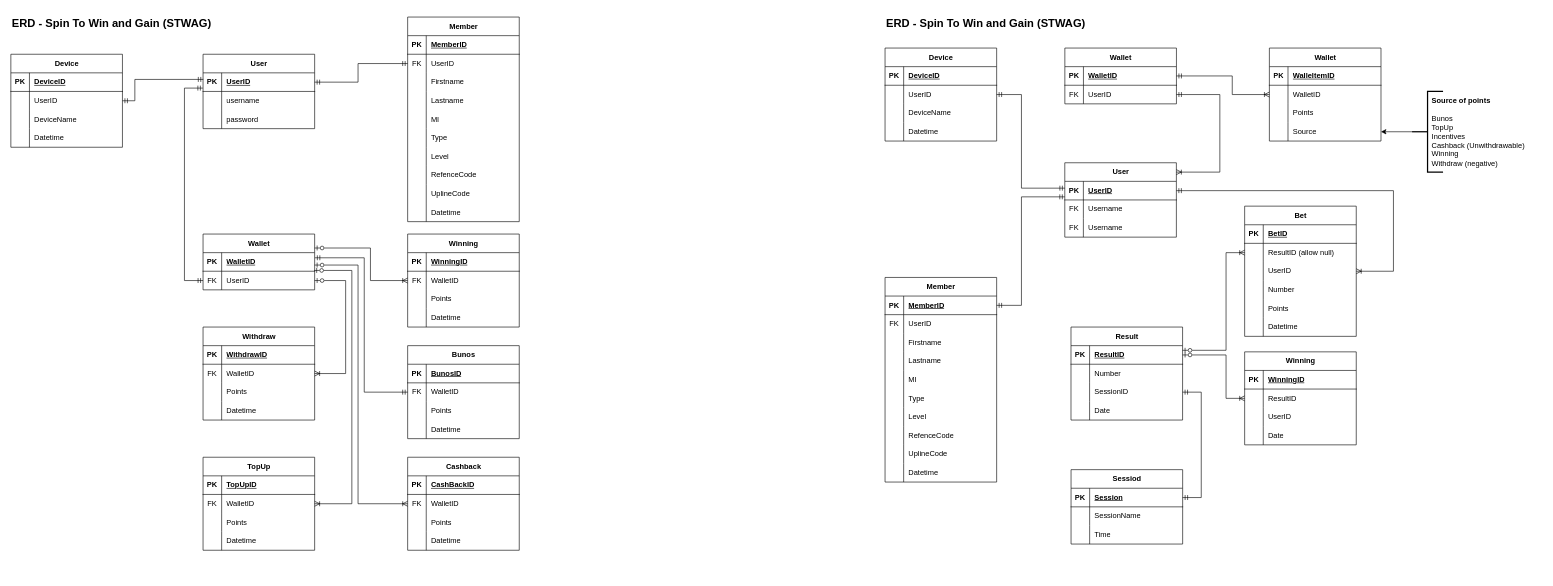
The draw.io diagram STWAG.drawio in ediangca/STWAG, before the edit. Source tidied: cells renumbered, new cells numbered last; positions are measured from the earlier drawing's top-left corner, leaving out a move shared by most shapes. Both pictures are drawn from the tidied source at 62%, with x=0, y=0 at pixel (11, 11).
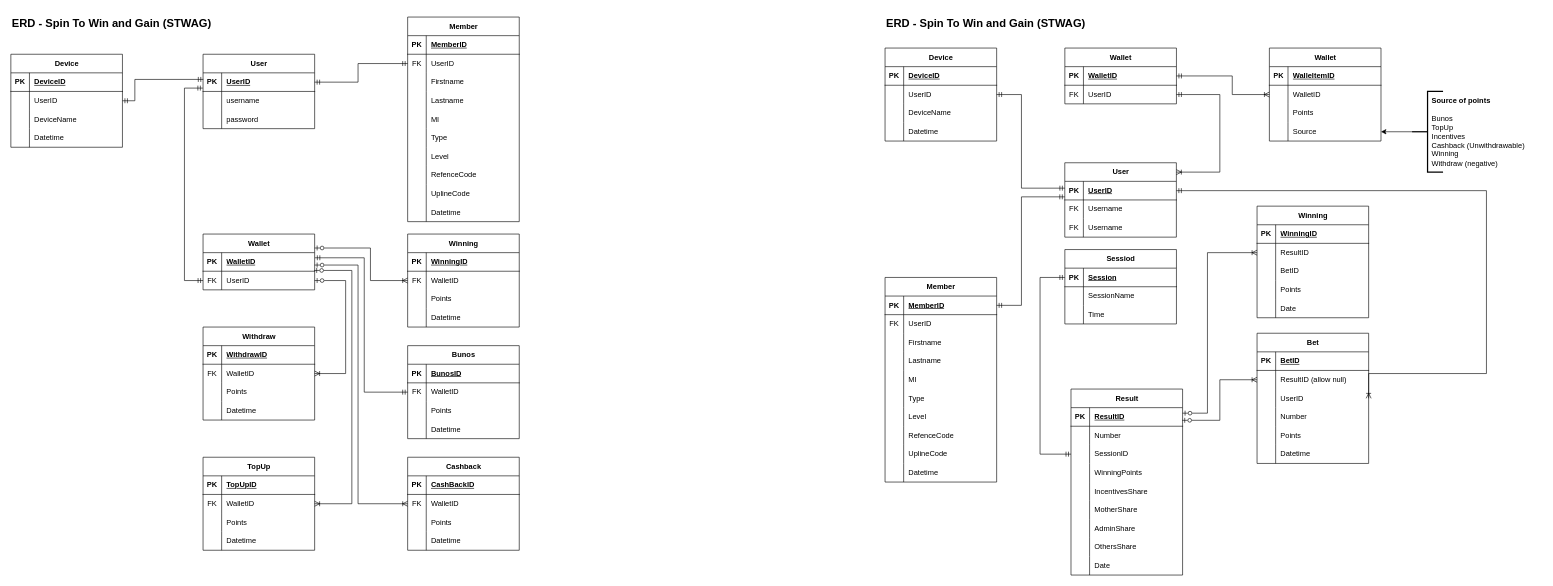
The same page after the edit.

Unchanged cells that the change refers to:
```xml
<mxCell id="151" style="shape=tableRow;horizontal=0;startSize=0;swimlaneHead=0;swimlaneBody=0;fillColor=none;points=[[0,0.5],[1,0.5]];portConstraint=eastwest;top=0;left=0;right=0;bottom=1;" parent="150" vertex="1">
  <mxGeometry y="30" width="180" height="30" as="geometry" />
</mxCell>
<mxCell id="220" style="shape=tableRow;horizontal=0;startSize=0;swimlaneHead=0;swimlaneBody=0;fillColor=none;points=[[0,0.5],[1,0.5]];portConstraint=eastwest;top=0;left=0;right=0;bottom=1;" parent="219" vertex="1">
  <mxGeometry y="30" width="180" height="30" as="geometry" />
</mxCell>
<mxCell id="226" style="shape=tableRow;horizontal=0;startSize=0;swimlaneHead=0;swimlaneBody=0;fillColor=none;points=[[0,0.5],[1,0.5]];portConstraint=eastwest;top=0;left=0;right=0;bottom=0;" parent="219" vertex="1">
  <mxGeometry y="90" width="180" height="30" as="geometry" />
</mxCell>
<mxCell id="233" style="shape=tableRow;horizontal=0;startSize=0;swimlaneHead=0;swimlaneBody=0;fillColor=none;points=[[0,0.5],[1,0.5]];portConstraint=eastwest;top=0;left=0;right=0;bottom=1;" parent="232" vertex="1">
  <mxGeometry y="30" width="180" height="30" as="geometry" />
</mxCell>
<mxCell id="247" style="shape=tableRow;horizontal=0;startSize=0;swimlaneHead=0;swimlaneBody=0;fillColor=none;points=[[0,0.5],[1,0.5]];portConstraint=eastwest;top=0;left=0;right=0;bottom=0;" parent="243" vertex="1">
  <mxGeometry y="60" width="180" height="30" as="geometry" />
</mxCell>
<mxCell id="250" style="shape=tableRow;horizontal=0;startSize=0;swimlaneHead=0;swimlaneBody=0;fillColor=none;top=0;left=0;right=0;bottom=0;" parent="243" vertex="1">
  <mxGeometry y="90" width="180" height="30" as="geometry" />
</mxCell>
<mxCell id="261" style="shape=tableRow;horizontal=0;startSize=0;swimlaneHead=0;swimlaneBody=0;fillColor=none;points=[[0,0.5],[1,0.5]];portConstraint=eastwest;top=0;left=0;right=0;bottom=0;" parent="257" vertex="1">
  <mxGeometry y="60" width="180" height="30" as="geometry" />
</mxCell>
<mxCell id="264" style="shape=tableRow;horizontal=0;startSize=0;swimlaneHead=0;swimlaneBody=0;fillColor=none;points=[[0,0.5],[1,0.5]];portConstraint=eastwest;top=0;left=0;right=0;bottom=0;" parent="257" vertex="1">
  <mxGeometry y="90" width="180" height="30" as="geometry" />
</mxCell>
```

The edit, as a diff of the source:
```diff
@@
     <mxCell id="219" value="Result" style="shape=table;startSize=30;childLayout=tableLayout;rowLines=0;fontStyle=1;align=center;html=1;" parent="1" vertex="1">
-      <mxGeometry x="1709.9" y="510" width="180" height="150" as="geometry" />
+      <mxGeometry x="1709.9" y="610" width="180" height="300" as="geometry" />
     </mxCell>
@@
+    <mxCell id="278" style="shape=tableRow;horizontal=0;startSize=0;swimlaneHead=0;swimlaneBody=0;fillColor=none;top=0;left=0;right=0;bottom=0;" parent="219" vertex="1">
+      <mxGeometry y="120" width="180" height="30" as="geometry" />
+    </mxCell>
+    <mxCell id="279" style="shape=partialRectangle;fillColor=none;top=0;left=0;bottom=0;right=0;overflow=hidden;whiteSpace=wrap;html=1;" parent="278" vertex="1">
+      <mxGeometry width="30" height="30" as="geometry" />
+    </mxCell>
+    <mxCell id="280" value="WinningPoints" style="shape=partialRectangle;fillColor=none;top=0;left=0;bottom=0;right=0;align=left;spacingLeft=6;overflow=hidden;whiteSpace=wrap;html=1;" parent="278" vertex="1">
+      <mxGeometry x="30" width="150" height="30" as="geometry" />
+    </mxCell>
+    <mxCell id="281" style="shape=tableRow;horizontal=0;startSize=0;swimlaneHead=0;swimlaneBody=0;fillColor=none;top=0;left=0;right=0;bottom=0;" parent="219" vertex="1">
+      <mxGeometry y="150" width="180" height="30" as="geometry" />
+    </mxCell>
+    <mxCell id="282" style="shape=partialRectangle;fillColor=none;top=0;left=0;bottom=0;right=0;overflow=hidden;whiteSpace=wrap;html=1;" parent="281" vertex="1">
+      <mxGeometry width="30" height="30" as="geometry" />
+    </mxCell>
+    <mxCell id="283" value="IncentivesShare" style="shape=partialRectangle;fillColor=none;top=0;left=0;bottom=0;right=0;align=left;spacingLeft=6;overflow=hidden;whiteSpace=wrap;html=1;" parent="281" vertex="1">
+      <mxGeometry x="30" width="150" height="30" as="geometry" />
+    </mxCell>
+    <mxCell id="284" style="shape=tableRow;horizontal=0;startSize=0;swimlaneHead=0;swimlaneBody=0;fillColor=none;top=0;left=0;right=0;bottom=0;" parent="219" vertex="1">
+      <mxGeometry y="180" width="180" height="30" as="geometry" />
+    </mxCell>
+    <mxCell id="285" style="shape=partialRectangle;fillColor=none;top=0;left=0;bottom=0;right=0;overflow=hidden;whiteSpace=wrap;html=1;" parent="284" vertex="1">
+      <mxGeometry width="30" height="30" as="geometry" />
+    </mxCell>
+    <mxCell id="286" value="MotherShare" style="shape=partialRectangle;fillColor=none;top=0;left=0;bottom=0;right=0;align=left;spacingLeft=6;overflow=hidden;whiteSpace=wrap;html=1;" parent="284" vertex="1">
+      <mxGeometry x="30" width="150" height="30" as="geometry" />
+    </mxCell>
+    <mxCell id="287" style="shape=tableRow;horizontal=0;startSize=0;swimlaneHead=0;swimlaneBody=0;fillColor=none;top=0;left=0;right=0;bottom=0;" parent="219" vertex="1">
+      <mxGeometry y="210" width="180" height="30" as="geometry" />
+    </mxCell>
+    <mxCell id="288" style="shape=partialRectangle;fillColor=none;top=0;left=0;bottom=0;right=0;overflow=hidden;whiteSpace=wrap;html=1;" parent="287" vertex="1">
+      <mxGeometry width="30" height="30" as="geometry" />
+    </mxCell>
+    <mxCell id="289" value="AdminShare" style="shape=partialRectangle;fillColor=none;top=0;left=0;bottom=0;right=0;align=left;spacingLeft=6;overflow=hidden;whiteSpace=wrap;html=1;" parent="287" vertex="1">
+      <mxGeometry x="30" width="150" height="30" as="geometry" />
+    </mxCell>
+    <mxCell id="290" style="shape=tableRow;horizontal=0;startSize=0;swimlaneHead=0;swimlaneBody=0;fillColor=none;top=0;left=0;right=0;bottom=0;" parent="219" vertex="1">
+      <mxGeometry y="240" width="180" height="30" as="geometry" />
+    </mxCell>
+    <mxCell id="291" style="shape=partialRectangle;fillColor=none;top=0;left=0;bottom=0;right=0;overflow=hidden;whiteSpace=wrap;html=1;" parent="290" vertex="1">
+      <mxGeometry width="30" height="30" as="geometry" />
+    </mxCell>
+    <mxCell id="292" value="OthersShare" style="shape=partialRectangle;fillColor=none;top=0;left=0;bottom=0;right=0;align=left;spacingLeft=6;overflow=hidden;whiteSpace=wrap;html=1;" parent="290" vertex="1">
+      <mxGeometry x="30" width="150" height="30" as="geometry" />
+    </mxCell>
     <mxCell id="229" style="shape=tableRow;horizontal=0;startSize=0;swimlaneHead=0;swimlaneBody=0;fillColor=none;top=0;left=0;right=0;bottom=0;" parent="219" vertex="1">
-      <mxGeometry y="120" width="180" height="30" as="geometry" />
+      <mxGeometry y="270" width="180" height="30" as="geometry" />
     </mxCell>
@@
     <mxCell id="232" value="Sessiod" style="shape=table;startSize=30;childLayout=tableLayout;rowLines=0;fontStyle=1;align=center;html=1;" parent="1" vertex="1">
-      <mxGeometry x="1710" y="740" width="180" height="120" as="geometry" />
+      <mxGeometry x="1700" y="385" width="180" height="120" as="geometry" />
     </mxCell>
@@
-    <mxCell id="242" style="edgeStyle=orthogonalEdgeStyle;fontSize=12;html=1;endArrow=ERmandOne;startArrow=ERmandOne;rounded=0;fontFamily=Helvetica;fontColor=default;fontStyle=1;endFill=0;entryX=1;entryY=0.5;entryDx=0;entryDy=0;exitX=1;exitY=0.5;exitDx=0;exitDy=0;" parent="1" edge="1" source="233" target="226">
+    <mxCell id="242" style="edgeStyle=orthogonalEdgeStyle;fontSize=12;html=1;endArrow=ERmandOne;startArrow=ERmandOne;rounded=0;fontFamily=Helvetica;fontColor=default;fontStyle=1;endFill=0;entryX=0;entryY=0.5;entryDx=0;entryDy=0;exitX=0;exitY=0.5;exitDx=0;exitDy=0;" parent="1" edge="1" source="233" target="226">
       <mxGeometry relative="1" as="geometry">
         <Array as="points">
-          <mxPoint x="1920" y="785" />
-          <mxPoint x="1920" y="615" />
+          <mxPoint x="1660" y="430" />
+          <mxPoint x="1660" y="715" />
         </Array>
       </mxGeometry>
     </mxCell>
     <mxCell id="243" value="Winning" style="shape=table;startSize=30;childLayout=tableLayout;rowLines=0;fontStyle=1;align=center;html=1;" parent="1" vertex="1">
-      <mxGeometry x="1990" y="550" width="180" height="150" as="geometry" />
+      <mxGeometry x="2010" y="315" width="180" height="180" as="geometry" />
     </mxCell>
@@
-    <mxCell id="252" value="UserID" style="shape=partialRectangle;fillColor=none;top=0;left=0;bottom=0;right=0;align=left;spacingLeft=6;overflow=hidden;whiteSpace=wrap;html=1;" parent="250" vertex="1">
+    <mxCell id="252" value="BetID" style="shape=partialRectangle;fillColor=none;top=0;left=0;bottom=0;right=0;align=left;spacingLeft=6;overflow=hidden;whiteSpace=wrap;html=1;" parent="250" vertex="1">
       <mxGeometry x="30" width="150" height="30" as="geometry" />
     </mxCell>
+    <mxCell id="293" style="shape=tableRow;horizontal=0;startSize=0;swimlaneHead=0;swimlaneBody=0;fillColor=none;top=0;left=0;right=0;bottom=0;" parent="243" vertex="1">
+      <mxGeometry y="120" width="180" height="30" as="geometry" />
+    </mxCell>
+    <mxCell id="294" style="shape=partialRectangle;fillColor=none;top=0;left=0;bottom=0;right=0;overflow=hidden;whiteSpace=wrap;html=1;" parent="293" vertex="1">
+      <mxGeometry width="30" height="30" as="geometry" />
+    </mxCell>
+    <mxCell id="295" value="Points" style="shape=partialRectangle;fillColor=none;top=0;left=0;bottom=0;right=0;align=left;spacingLeft=6;overflow=hidden;whiteSpace=wrap;html=1;" parent="293" vertex="1">
+      <mxGeometry x="30" width="150" height="30" as="geometry" />
+    </mxCell>
     <mxCell id="253" style="shape=tableRow;horizontal=0;startSize=0;swimlaneHead=0;swimlaneBody=0;fillColor=none;top=0;left=0;right=0;bottom=0;" parent="243" vertex="1">
-      <mxGeometry y="120" width="180" height="30" as="geometry" />
+      <mxGeometry y="150" width="180" height="30" as="geometry" />
     </mxCell>
@@
-    <mxCell id="256" style="edgeStyle=orthogonalEdgeStyle;fontSize=12;html=1;endArrow=ERzeroToOne;startArrow=ERoneToMany;rounded=0;fontFamily=Helvetica;fontColor=default;fontStyle=1;endFill=0;entryX=1;entryY=0.5;entryDx=0;entryDy=0;exitX=0;exitY=0.5;exitDx=0;exitDy=0;startFill=0;" parent="1" edge="1" source="247" target="220">
+    <mxCell id="256" style="edgeStyle=orthogonalEdgeStyle;fontSize=12;html=1;endArrow=ERzeroToOne;startArrow=ERoneToMany;rounded=0;fontFamily=Helvetica;fontColor=default;fontStyle=1;endFill=0;exitX=0;exitY=0.5;exitDx=0;exitDy=0;startFill=0;entryX=1;entryY=0.297;entryDx=0;entryDy=0;entryPerimeter=0;" parent="1" edge="1" source="247" target="220">
       <mxGeometry relative="1" as="geometry">
         <Array as="points">
-          <mxPoint x="1960" y="625" />
-          <mxPoint x="1960" y="555" />
+          <mxPoint x="1930" y="390" />
+          <mxPoint x="1930" y="649" />
         </Array>
       </mxGeometry>
     </mxCell>
     <mxCell id="257" value="Bet" style="shape=table;startSize=30;childLayout=tableLayout;rowLines=0;fontStyle=1;align=center;html=1;" parent="1" vertex="1">
-      <mxGeometry x="1990" y="315" width="180" height="210" as="geometry" />
+      <mxGeometry x="2010" y="520" width="180" height="210" as="geometry" />
     </mxCell>
@@
-    <mxCell id="276" style="edgeStyle=orthogonalEdgeStyle;fontSize=12;html=1;endArrow=ERzeroToOne;startArrow=ERoneToMany;rounded=0;fontFamily=Helvetica;fontColor=default;fontStyle=1;endFill=0;entryX=1;entryY=0.25;entryDx=0;entryDy=0;exitX=0;exitY=0.5;exitDx=0;exitDy=0;startFill=0;" parent="1" edge="1" source="261" target="219">
+    <mxCell id="276" style="edgeStyle=orthogonalEdgeStyle;fontSize=12;html=1;endArrow=ERzeroToOne;startArrow=ERoneToMany;rounded=0;fontFamily=Helvetica;fontColor=default;fontStyle=1;endFill=0;entryX=0.997;entryY=0.681;entryDx=0;entryDy=0;startFill=0;entryPerimeter=0;exitX=0;exitY=0.5;exitDx=0;exitDy=0;" parent="1" edge="1" source="261" target="220">
       <mxGeometry relative="1" as="geometry">
         <Array as="points">
-          <mxPoint x="1960" y="390" />
-          <mxPoint x="1960" y="548" />
+          <mxPoint x="1950" y="595" />
+          <mxPoint x="1950" y="660" />
+          <mxPoint x="1889" y="660" />
         </Array>
       </mxGeometry>
     </mxCell>
     <mxCell id="277" style="edgeStyle=orthogonalEdgeStyle;fontSize=12;html=1;endArrow=ERmandOne;startArrow=ERoneToMany;rounded=0;fontFamily=Helvetica;fontColor=default;fontStyle=1;endFill=0;entryX=1;entryY=0.5;entryDx=0;entryDy=0;exitX=1;exitY=0.5;exitDx=0;exitDy=0;startFill=0;" parent="1" edge="1" source="264" target="151">
       <mxGeometry relative="1" as="geometry">
         <Array as="points">
-          <mxPoint x="2230" y="420" />
-          <mxPoint x="2230" y="290" />
+          <mxPoint x="2380" y="585" />
+          <mxPoint x="2380" y="290" />
         </Array>
       </mxGeometry>
     </mxCell>
```
